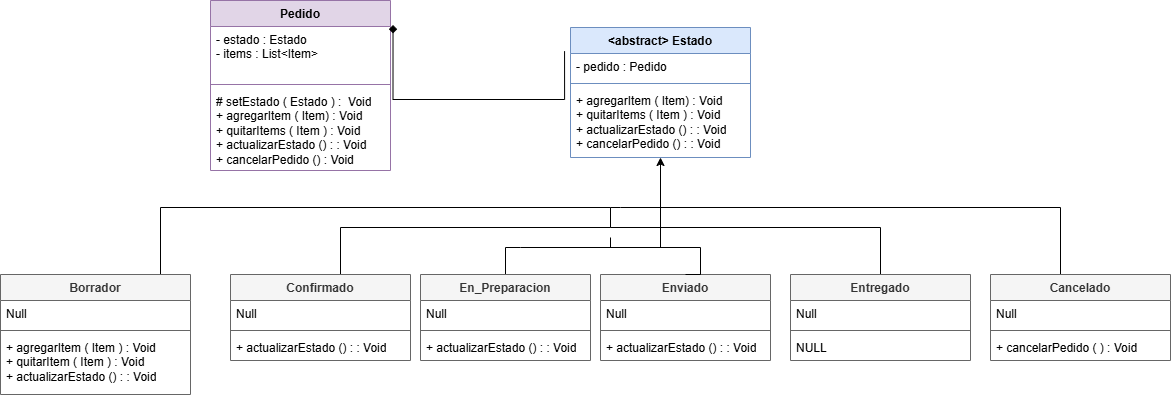
Above: src/Pedido/UML.png in saenzlucas/UNQShop (draw.io), before the change. Source tidied: cells renumbered, new cells last; positions are measured from the earlier drawing's top-left corner, leaving out a move shared by most shapes.
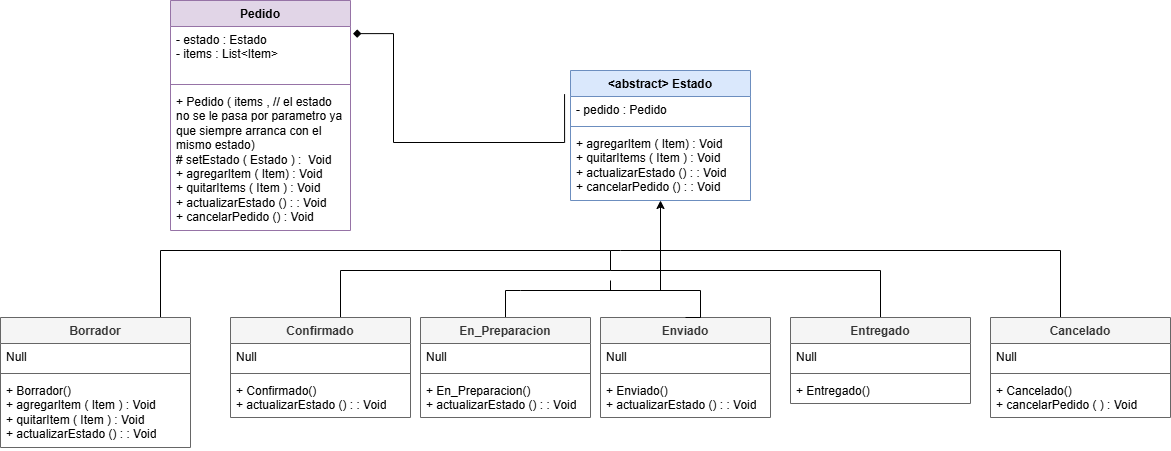
Above is the later version.

Commit message:
Se agregaron los mensajes de creacion

The edit, as a diff of the source:
```diff
@@ -3,7 +3,7 @@
     <mxCell id="0" />
     <mxCell id="1" parent="0" />
     <mxCell id="2" value="Pedido" style="swimlane;fontStyle=1;align=center;verticalAlign=top;horizontal=1;startSize=26;whiteSpace=wrap;html=1;fillColor=#e1d5e7;strokeColor=#9673a6;" parent="1" vertex="1">
-      <mxGeometry x="210" width="180" height="170" as="geometry" />
+      <mxGeometry x="170" y="-43" width="180" height="230" as="geometry" />
     </mxCell>
     <mxCell id="3" value="- estado : Estado&lt;div&gt;- items : List&amp;lt;Item&amp;gt;&lt;/div&gt;" style="text;strokeColor=none;fillColor=none;align=left;verticalAlign=top;spacingLeft=4;spacingRight=4;overflow=hidden;whiteSpace=wrap;html=1;" parent="2" vertex="1">
       <mxGeometry y="26" width="180" height="54" as="geometry" />
@@ -11,9 +11,9 @@
     <mxCell id="4" style="line;strokeWidth=1;fillColor=none;align=left;verticalAlign=middle;spacingTop=-1;spacingLeft=3;spacingRight=3;labelPosition=right;strokeColor=inherit;" parent="2" vertex="1">
       <mxGeometry y="80" width="180" height="8" as="geometry" />
     </mxCell>
-    <mxCell id="5" value="# setEstado ( Estado ) :&amp;nbsp; Void&lt;div&gt;+ agregarItem ( Item) : Void&lt;/div&gt;&lt;div&gt;+ quitarItems ( Item ) : Void&amp;nbsp;&lt;/div&gt;&lt;div&gt;+ actualizarEstado () : : Void&lt;/div&gt;&lt;div&gt;+ cancelarPedido () : Void&lt;/div&gt;" style="text;strokeColor=none;fillColor=none;align=left;verticalAlign=top;spacingLeft=4;spacingRight=4;overflow=hidden;whiteSpace=wrap;html=1;" parent="2" vertex="1">
-      <mxGeometry y="88" width="180" height="82" as="geometry" />
-    </mxCell>
+    <mxCell id="41" value="+ Pedido ( items , // el estado no se le pasa por parametro ya que siempre arranca con el mismo estado)&amp;nbsp;&lt;div&gt;# setEstado ( Estado ) :&amp;nbsp; Void&lt;div&gt;+ agregarItem ( Item) : Void&lt;/div&gt;&lt;div&gt;+ quitarItems ( Item ) : Void&amp;nbsp;&lt;/div&gt;&lt;div&gt;+ actualizarEstado () : : Void&lt;/div&gt;&lt;div&gt;+ cancelarPedido () : Void&lt;/div&gt;&lt;/div&gt;" style="text;strokeColor=none;fillColor=none;align=left;verticalAlign=top;spacingLeft=4;spacingRight=4;overflow=hidden;whiteSpace=wrap;html=1;" parent="2" vertex="1">
+      <mxGeometry y="88" width="180" height="142" as="geometry" />
+    </mxCell>
     <mxCell id="6" style="edgeStyle=orthogonalEdgeStyle;rounded=0;jettySize=auto;html=1;endArrow=diamond;endFill=1;exitX=-0.033;exitY=0.182;exitDx=0;exitDy=0;exitPerimeter=0;entryX=1.014;entryY=0.144;entryDx=0;entryDy=0;entryPerimeter=0;" parent="1" edge="1" source="7" target="2">
       <mxGeometry relative="1" as="geometry">
         <Array as="points">
@@ -28,22 +28,22 @@
     <mxCell id="8" value="- pedido : Pedido" style="text;strokeColor=none;fillColor=none;align=left;verticalAlign=top;spacingLeft=4;spacingRight=4;overflow=hidden;whiteSpace=wrap;html=1;" parent="7" vertex="1">
       <mxGeometry y="26" width="180" height="26" as="geometry" />
     </mxCell>
-    <mxCell id="9" style="line;strokeWidth=1;fillColor=none;align=left;verticalAlign=middle;spacingTop=-1;spacingLeft=3;spacingRight=3;labelPosition=right;strokeColor=inherit;" parent="7" vertex="1">
-      <mxGeometry y="52" width="180" height="8" as="geometry" />
-    </mxCell>
+    <mxCell id="42" style="line;strokeWidth=1;fillColor=none;align=left;verticalAlign=middle;spacingTop=-1;spacingLeft=3;spacingRight=3;labelPosition=right;strokeColor=inherit;" parent="7" vertex="1">
+      <mxGeometry y="52" width="180" height="8" as="geometry" />
+    </mxCell>
     <mxCell id="10" value="&lt;div&gt;+ agregarItem ( Item) : Void&lt;/div&gt;&lt;div&gt;+ quitarItems ( Item ) : Void&amp;nbsp;&lt;/div&gt;&lt;div&gt;+ actualizarEstado () : : Void&lt;/div&gt;&lt;div&gt;+ cancelarPedido&lt;span style=&quot;background-color: transparent; color: light-dark(rgb(0, 0, 0), rgb(255, 255, 255));&quot;&gt;&amp;nbsp;() : : Void&lt;/span&gt;&lt;/div&gt;" style="text;strokeColor=none;fillColor=none;align=left;verticalAlign=top;spacingLeft=4;spacingRight=4;overflow=hidden;whiteSpace=wrap;html=1;" parent="7" vertex="1">
       <mxGeometry y="60" width="180" height="70" as="geometry" />
     </mxCell>
-    <mxCell id="11" style="edgeStyle=orthogonalEdgeStyle;rounded=0;jettySize=auto;html=1;endArrow=none;endFill=0;" parent="1" edge="1" source="12">
-      <mxGeometry relative="1" as="geometry">
-        <mxPoint x="610" y="207" as="targetPoint" />
-        <Array as="points">
-          <mxPoint x="160" y="207" />
-        </Array>
-      </mxGeometry>
-    </mxCell>
+    <mxCell id="43" style="edgeStyle=orthogonalEdgeStyle;rounded=0;jettySize=auto;html=1;endArrow=none;endFill=0;" parent="1" edge="1" source="12">
+      <mxGeometry relative="1" as="geometry">
+        <mxPoint x="610" y="207" as="targetPoint" />
+        <Array as="points">
+          <mxPoint x="160" y="207" />
+        </Array>
+      </mxGeometry>
+    </mxCell>
     <mxCell id="12" value="Borrador&lt;div&gt;&lt;br&gt;&lt;/div&gt;" style="swimlane;fontStyle=1;align=center;verticalAlign=top;horizontal=1;startSize=26;whiteSpace=wrap;html=1;fillColor=#f5f5f5;strokeColor=#666666;fontColor=#333333;" parent="1" vertex="1">
-      <mxGeometry y="274" width="190" height="120" as="geometry" />
+      <mxGeometry y="274" width="190" height="130" as="geometry" />
     </mxCell>
     <mxCell id="13" value="Null" style="text;strokeColor=none;fillColor=none;align=left;verticalAlign=top;spacingLeft=4;spacingRight=4;overflow=hidden;whiteSpace=wrap;html=1;" parent="12" vertex="1">
       <mxGeometry y="26" width="190" height="26" as="geometry" />
@@ -51,83 +51,83 @@
     <mxCell id="14" style="line;strokeWidth=1;fillColor=none;align=left;verticalAlign=middle;spacingTop=-1;spacingLeft=3;spacingRight=3;labelPosition=right;strokeColor=inherit;" parent="12" vertex="1">
       <mxGeometry y="52" width="190" height="8" as="geometry" />
     </mxCell>
-    <mxCell id="15" value="+ agregarItem ( Item ) : Void&lt;div&gt;+ quitarItem ( Item ) : Void&lt;/div&gt;&lt;div&gt;+ actualizarEstado () : : Void&lt;/div&gt;" style="text;strokeColor=none;fillColor=none;align=left;verticalAlign=top;spacingLeft=4;spacingRight=4;overflow=hidden;whiteSpace=wrap;html=1;" parent="12" vertex="1">
-      <mxGeometry y="60" width="190" height="60" as="geometry" />
-    </mxCell>
-    <mxCell id="16" style="edgeStyle=orthogonalEdgeStyle;rounded=0;jettySize=auto;html=1;endArrow=none;endFill=0;exitX=0.5;exitY=0;exitDx=0;exitDy=0;" parent="1" edge="1" source="17">
-      <mxGeometry relative="1" as="geometry">
-        <mxPoint x="610" y="227" as="targetPoint" />
-        <Array as="points">
-          <mxPoint x="340" y="227" />
-        </Array>
-      </mxGeometry>
-    </mxCell>
+    <mxCell id="44" value="+ Borrador()&lt;div&gt;+ agregarItem ( Item ) : Void&lt;div&gt;+ quitarItem ( Item ) : Void&lt;/div&gt;&lt;div&gt;+ actualizarEstado () : : Void&lt;/div&gt;&lt;/div&gt;" style="text;strokeColor=none;fillColor=none;align=left;verticalAlign=top;spacingLeft=4;spacingRight=4;overflow=hidden;whiteSpace=wrap;html=1;" parent="12" vertex="1">
+      <mxGeometry y="60" width="190" height="70" as="geometry" />
+    </mxCell>
+    <mxCell id="45" style="edgeStyle=orthogonalEdgeStyle;rounded=0;jettySize=auto;html=1;endArrow=none;endFill=0;exitX=0.5;exitY=0;exitDx=0;exitDy=0;" parent="1" edge="1" source="17">
+      <mxGeometry relative="1" as="geometry">
+        <mxPoint x="610" y="227" as="targetPoint" />
+        <Array as="points">
+          <mxPoint x="340" y="227" />
+        </Array>
+      </mxGeometry>
+    </mxCell>
     <mxCell id="17" value="Confirmado&lt;div&gt;&lt;br&gt;&lt;/div&gt;" style="swimlane;fontStyle=1;align=center;verticalAlign=top;horizontal=1;startSize=26;whiteSpace=wrap;html=1;fillColor=#f5f5f5;strokeColor=#666666;fontColor=#333333;" parent="1" vertex="1">
-      <mxGeometry x="230" y="274" width="180" height="86" as="geometry" />
+      <mxGeometry x="230" y="274" width="180" height="100" as="geometry" />
     </mxCell>
-    <mxCell id="18" value="Null" style="text;strokeColor=none;fillColor=none;align=left;verticalAlign=top;spacingLeft=4;spacingRight=4;overflow=hidden;whiteSpace=wrap;html=1;" parent="17" vertex="1">
-      <mxGeometry y="26" width="180" height="26" as="geometry" />
-    </mxCell>
-    <mxCell id="19" style="line;strokeWidth=1;fillColor=none;align=left;verticalAlign=middle;spacingTop=-1;spacingLeft=3;spacingRight=3;labelPosition=right;strokeColor=inherit;" parent="17" vertex="1">
-      <mxGeometry y="52" width="180" height="8" as="geometry" />
-    </mxCell>
-    <mxCell id="20" value="+ actualizarEstado () : : Void" style="text;strokeColor=none;fillColor=none;align=left;verticalAlign=top;spacingLeft=4;spacingRight=4;overflow=hidden;whiteSpace=wrap;html=1;" parent="17" vertex="1">
-      <mxGeometry y="60" width="180" height="26" as="geometry" />
-    </mxCell>
+    <mxCell id="46" value="Null" style="text;strokeColor=none;fillColor=none;align=left;verticalAlign=top;spacingLeft=4;spacingRight=4;overflow=hidden;whiteSpace=wrap;html=1;" parent="17" vertex="1">
+      <mxGeometry y="26" width="180" height="26" as="geometry" />
+    </mxCell>
+    <mxCell id="47" style="line;strokeWidth=1;fillColor=none;align=left;verticalAlign=middle;spacingTop=-1;spacingLeft=3;spacingRight=3;labelPosition=right;strokeColor=inherit;" parent="17" vertex="1">
+      <mxGeometry y="52" width="180" height="8" as="geometry" />
+    </mxCell>
+    <mxCell id="48" value="&lt;div&gt;+ Confirmado()&lt;/div&gt;+ actualizarEstado () : : Void" style="text;strokeColor=none;fillColor=none;align=left;verticalAlign=top;spacingLeft=4;spacingRight=4;overflow=hidden;whiteSpace=wrap;html=1;" parent="17" vertex="1">
+      <mxGeometry y="60" width="180" height="40" as="geometry" />
+    </mxCell>
     <mxCell id="21" value="Enviado" style="swimlane;fontStyle=1;align=center;verticalAlign=top;horizontal=1;startSize=26;whiteSpace=wrap;html=1;fillColor=#f5f5f5;strokeColor=#666666;fontColor=#333333;" parent="1" vertex="1">
-      <mxGeometry x="600" y="274" width="170" height="86" as="geometry" />
+      <mxGeometry x="600" y="274" width="170" height="100" as="geometry" />
     </mxCell>
-    <mxCell id="22" value="Null" style="text;strokeColor=none;fillColor=none;align=left;verticalAlign=top;spacingLeft=4;spacingRight=4;overflow=hidden;whiteSpace=wrap;html=1;" parent="21" vertex="1">
-      <mxGeometry y="26" width="170" height="26" as="geometry" />
-    </mxCell>
-    <mxCell id="23" style="line;strokeWidth=1;fillColor=none;align=left;verticalAlign=middle;spacingTop=-1;spacingLeft=3;spacingRight=3;labelPosition=right;strokeColor=inherit;" parent="21" vertex="1">
-      <mxGeometry y="52" width="170" height="8" as="geometry" />
-    </mxCell>
-    <mxCell id="24" value="+ actualizarEstado () : : Void" style="text;strokeColor=none;fillColor=none;align=left;verticalAlign=top;spacingLeft=4;spacingRight=4;overflow=hidden;whiteSpace=wrap;html=1;" parent="21" vertex="1">
-      <mxGeometry y="60" width="170" height="26" as="geometry" />
-    </mxCell>
-    <mxCell id="25" style="edgeStyle=orthogonalEdgeStyle;rounded=0;jettySize=auto;html=1;endArrow=none;endFill=0;" parent="1" edge="1" source="26">
-      <mxGeometry relative="1" as="geometry">
-        <mxPoint x="610" y="207" as="targetPoint" />
-        <Array as="points">
-          <mxPoint x="1060" y="207" />
-          <mxPoint x="620" y="207" />
-        </Array>
-      </mxGeometry>
-    </mxCell>
+    <mxCell id="49" value="Null" style="text;strokeColor=none;fillColor=none;align=left;verticalAlign=top;spacingLeft=4;spacingRight=4;overflow=hidden;whiteSpace=wrap;html=1;" parent="21" vertex="1">
+      <mxGeometry y="26" width="170" height="26" as="geometry" />
+    </mxCell>
+    <mxCell id="50" style="line;strokeWidth=1;fillColor=none;align=left;verticalAlign=middle;spacingTop=-1;spacingLeft=3;spacingRight=3;labelPosition=right;strokeColor=inherit;" parent="21" vertex="1">
+      <mxGeometry y="52" width="170" height="8" as="geometry" />
+    </mxCell>
+    <mxCell id="51" value="+ Enviado()&amp;nbsp;&lt;div&gt;+ actualizarEstado () : : Void&lt;/div&gt;" style="text;strokeColor=none;fillColor=none;align=left;verticalAlign=top;spacingLeft=4;spacingRight=4;overflow=hidden;whiteSpace=wrap;html=1;" parent="21" vertex="1">
+      <mxGeometry y="60" width="170" height="40" as="geometry" />
+    </mxCell>
+    <mxCell id="52" style="edgeStyle=orthogonalEdgeStyle;rounded=0;jettySize=auto;html=1;endArrow=none;endFill=0;" parent="1" edge="1" source="26">
+      <mxGeometry relative="1" as="geometry">
+        <mxPoint x="610" y="207" as="targetPoint" />
+        <Array as="points">
+          <mxPoint x="1060" y="207" />
+          <mxPoint x="620" y="207" />
+        </Array>
+      </mxGeometry>
+    </mxCell>
     <mxCell id="26" value="Cancelado&lt;div&gt;&lt;br&gt;&lt;/div&gt;" style="swimlane;fontStyle=1;align=center;verticalAlign=top;horizontal=1;startSize=26;whiteSpace=wrap;html=1;fillColor=#f5f5f5;fontColor=#333333;strokeColor=#666666;" parent="1" vertex="1">
-      <mxGeometry x="990" y="274" width="180" height="86" as="geometry" />
+      <mxGeometry x="990" y="274" width="180" height="100" as="geometry" />
     </mxCell>
-    <mxCell id="27" value="Null" style="text;strokeColor=none;fillColor=none;align=left;verticalAlign=top;spacingLeft=4;spacingRight=4;overflow=hidden;whiteSpace=wrap;html=1;" parent="26" vertex="1">
-      <mxGeometry y="26" width="180" height="26" as="geometry" />
-    </mxCell>
-    <mxCell id="28" style="line;strokeWidth=1;fillColor=none;align=left;verticalAlign=middle;spacingTop=-1;spacingLeft=3;spacingRight=3;labelPosition=right;strokeColor=inherit;" parent="26" vertex="1">
-      <mxGeometry y="52" width="180" height="8" as="geometry" />
-    </mxCell>
-    <mxCell id="29" value="+ cancelarPedido ( ) : Void" style="text;strokeColor=none;fillColor=none;align=left;verticalAlign=top;spacingLeft=4;spacingRight=4;overflow=hidden;whiteSpace=wrap;html=1;" parent="26" vertex="1">
-      <mxGeometry y="60" width="180" height="26" as="geometry" />
-    </mxCell>
-    <mxCell id="30" style="edgeStyle=orthogonalEdgeStyle;rounded=0;jettySize=auto;html=1;exitX=0.5;exitY=0;exitDx=0;exitDy=0;endArrow=none;endFill=0;" parent="1" edge="1" source="31">
-      <mxGeometry relative="1" as="geometry">
-        <mxPoint x="610" y="207" as="targetPoint" />
-        <Array as="points">
-          <mxPoint x="880" y="227" />
-          <mxPoint x="610" y="227" />
-        </Array>
-      </mxGeometry>
-    </mxCell>
+    <mxCell id="53" value="Null" style="text;strokeColor=none;fillColor=none;align=left;verticalAlign=top;spacingLeft=4;spacingRight=4;overflow=hidden;whiteSpace=wrap;html=1;" parent="26" vertex="1">
+      <mxGeometry y="26" width="180" height="26" as="geometry" />
+    </mxCell>
+    <mxCell id="54" style="line;strokeWidth=1;fillColor=none;align=left;verticalAlign=middle;spacingTop=-1;spacingLeft=3;spacingRight=3;labelPosition=right;strokeColor=inherit;" parent="26" vertex="1">
+      <mxGeometry y="52" width="180" height="8" as="geometry" />
+    </mxCell>
+    <mxCell id="55" value="&lt;div&gt;+ Cancelado()&lt;/div&gt;+ cancelarPedido ( ) : Void" style="text;strokeColor=none;fillColor=none;align=left;verticalAlign=top;spacingLeft=4;spacingRight=4;overflow=hidden;whiteSpace=wrap;html=1;" parent="26" vertex="1">
+      <mxGeometry y="60" width="180" height="40" as="geometry" />
+    </mxCell>
+    <mxCell id="56" style="edgeStyle=orthogonalEdgeStyle;rounded=0;jettySize=auto;html=1;exitX=0.5;exitY=0;exitDx=0;exitDy=0;endArrow=none;endFill=0;" parent="1" edge="1" source="31">
+      <mxGeometry relative="1" as="geometry">
+        <mxPoint x="610" y="207" as="targetPoint" />
+        <Array as="points">
+          <mxPoint x="880" y="227" />
+          <mxPoint x="610" y="227" />
+        </Array>
+      </mxGeometry>
+    </mxCell>
     <mxCell id="31" value="Entregado" style="swimlane;fontStyle=1;align=center;verticalAlign=top;horizontal=1;startSize=26;whiteSpace=wrap;html=1;fillColor=#f5f5f5;strokeColor=#666666;fontColor=#333333;" parent="1" vertex="1">
       <mxGeometry x="790" y="274" width="180" height="86" as="geometry" />
     </mxCell>
-    <mxCell id="32" value="Null" style="text;strokeColor=none;fillColor=none;align=left;verticalAlign=top;spacingLeft=4;spacingRight=4;overflow=hidden;whiteSpace=wrap;html=1;" parent="31" vertex="1">
-      <mxGeometry y="26" width="180" height="26" as="geometry" />
-    </mxCell>
-    <mxCell id="33" style="line;strokeWidth=1;fillColor=none;align=left;verticalAlign=middle;spacingTop=-1;spacingLeft=3;spacingRight=3;labelPosition=right;strokeColor=inherit;" parent="31" vertex="1">
-      <mxGeometry y="52" width="180" height="8" as="geometry" />
-    </mxCell>
-    <mxCell id="34" value="NULL" style="text;strokeColor=none;fillColor=none;align=left;verticalAlign=top;spacingLeft=4;spacingRight=4;overflow=hidden;whiteSpace=wrap;html=1;" parent="31" vertex="1">
-      <mxGeometry y="60" width="180" height="26" as="geometry" />
-    </mxCell>
+    <mxCell id="57" value="Null" style="text;strokeColor=none;fillColor=none;align=left;verticalAlign=top;spacingLeft=4;spacingRight=4;overflow=hidden;whiteSpace=wrap;html=1;" parent="31" vertex="1">
+      <mxGeometry y="26" width="180" height="26" as="geometry" />
+    </mxCell>
+    <mxCell id="58" style="line;strokeWidth=1;fillColor=none;align=left;verticalAlign=middle;spacingTop=-1;spacingLeft=3;spacingRight=3;labelPosition=right;strokeColor=inherit;" parent="31" vertex="1">
+      <mxGeometry y="52" width="180" height="8" as="geometry" />
+    </mxCell>
+    <mxCell id="59" value="+ Entregado()" style="text;strokeColor=none;fillColor=none;align=left;verticalAlign=top;spacingLeft=4;spacingRight=4;overflow=hidden;whiteSpace=wrap;html=1;" parent="31" vertex="1">
+      <mxGeometry y="60" width="180" height="26" as="geometry" />
+    </mxCell>
     <mxCell id="35" style="edgeStyle=orthogonalEdgeStyle;rounded=0;jettySize=auto;html=1;entryX=0.5;entryY=1;entryDx=0;entryDy=0;exitX=0.5;exitY=0;exitDx=0;exitDy=0;" parent="1" edge="1" source="36" target="7">
       <mxGeometry relative="1" as="geometry">
         <Array as="points">
@@ -137,25 +137,25 @@
       </mxGeometry>
     </mxCell>
     <mxCell id="36" value="En_Preparacion" style="swimlane;fontStyle=1;align=center;verticalAlign=top;horizontal=1;startSize=26;whiteSpace=wrap;html=1;fillColor=#f5f5f5;strokeColor=#666666;fontColor=#333333;" parent="1" vertex="1">
-      <mxGeometry x="420" y="274" width="170" height="86" as="geometry" />
+      <mxGeometry x="420" y="274" width="170" height="100" as="geometry" />
     </mxCell>
-    <mxCell id="37" value="Null" style="text;strokeColor=none;fillColor=none;align=left;verticalAlign=top;spacingLeft=4;spacingRight=4;overflow=hidden;whiteSpace=wrap;html=1;" parent="36" vertex="1">
-      <mxGeometry y="26" width="170" height="26" as="geometry" />
-    </mxCell>
-    <mxCell id="38" style="line;strokeWidth=1;fillColor=none;align=left;verticalAlign=middle;spacingTop=-1;spacingLeft=3;spacingRight=3;labelPosition=right;strokeColor=inherit;" parent="36" vertex="1">
-      <mxGeometry y="52" width="170" height="8" as="geometry" />
-    </mxCell>
-    <mxCell id="39" value="+ actualizarEstado () : : Void" style="text;strokeColor=none;fillColor=none;align=left;verticalAlign=top;spacingLeft=4;spacingRight=4;overflow=hidden;whiteSpace=wrap;html=1;" parent="36" vertex="1">
-      <mxGeometry y="60" width="170" height="26" as="geometry" />
-    </mxCell>
-    <mxCell id="40" style="edgeStyle=orthogonalEdgeStyle;rounded=0;jettySize=auto;html=1;endArrow=none;endFill=0;exitX=0.5;exitY=0;exitDx=0;exitDy=0;" parent="1" edge="1" source="21">
-      <mxGeometry relative="1" as="geometry">
-        <mxPoint x="610" y="237" as="targetPoint" />
-        <Array as="points">
-          <mxPoint x="700" y="247" />
-          <mxPoint x="610" y="247" />
-        </Array>
-      </mxGeometry>
-    </mxCell>
+    <mxCell id="60" value="Null" style="text;strokeColor=none;fillColor=none;align=left;verticalAlign=top;spacingLeft=4;spacingRight=4;overflow=hidden;whiteSpace=wrap;html=1;" parent="36" vertex="1">
+      <mxGeometry y="26" width="170" height="26" as="geometry" />
+    </mxCell>
+    <mxCell id="61" style="line;strokeWidth=1;fillColor=none;align=left;verticalAlign=middle;spacingTop=-1;spacingLeft=3;spacingRight=3;labelPosition=right;strokeColor=inherit;" parent="36" vertex="1">
+      <mxGeometry y="52" width="170" height="8" as="geometry" />
+    </mxCell>
+    <mxCell id="62" value="+ En_Preparacion()&amp;nbsp;&lt;div&gt;+ actualizarEstado () : : Void&lt;/div&gt;" style="text;strokeColor=none;fillColor=none;align=left;verticalAlign=top;spacingLeft=4;spacingRight=4;overflow=hidden;whiteSpace=wrap;html=1;" parent="36" vertex="1">
+      <mxGeometry y="60" width="170" height="40" as="geometry" />
+    </mxCell>
+    <mxCell id="63" style="edgeStyle=orthogonalEdgeStyle;rounded=0;jettySize=auto;html=1;endArrow=none;endFill=0;exitX=0.5;exitY=0;exitDx=0;exitDy=0;" parent="1" edge="1" source="21">
+      <mxGeometry relative="1" as="geometry">
+        <mxPoint x="610" y="237" as="targetPoint" />
+        <Array as="points">
+          <mxPoint x="700" y="247" />
+          <mxPoint x="610" y="247" />
+        </Array>
+      </mxGeometry>
+    </mxCell>
   </root>
 </mxGraphModel>
```
